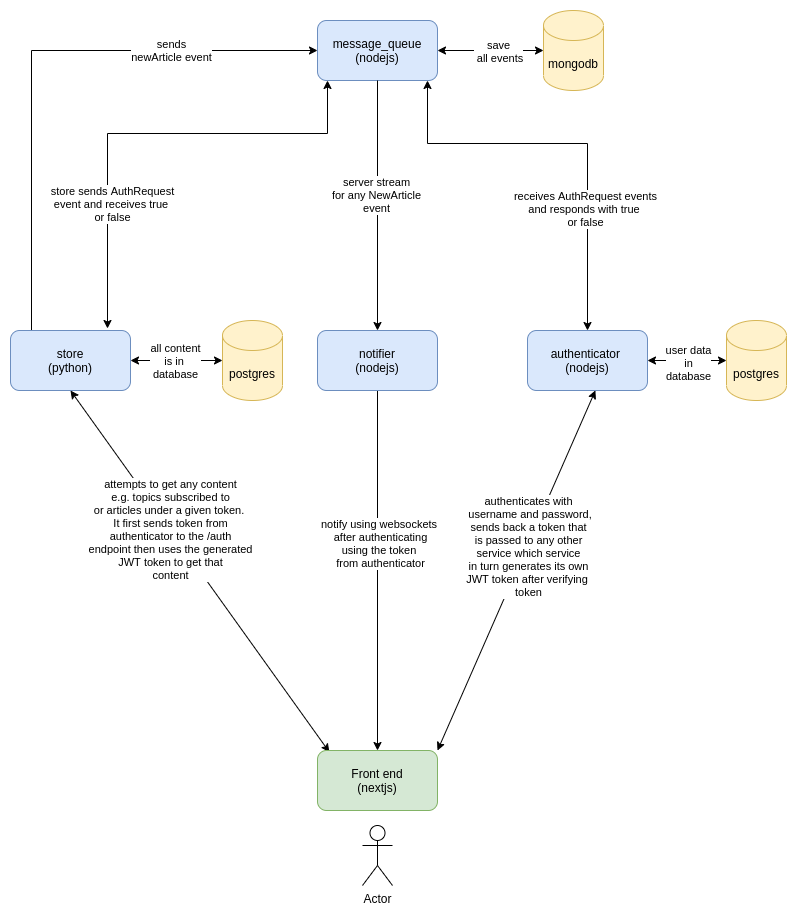
Above: .designs/article_curator.png in Tinitto/article_curator (draw.io), before the change. Source tidied: cells renumbered, new cells last; positions are measured from the earlier drawing's top-left corner, leaving out a move shared by most shapes.
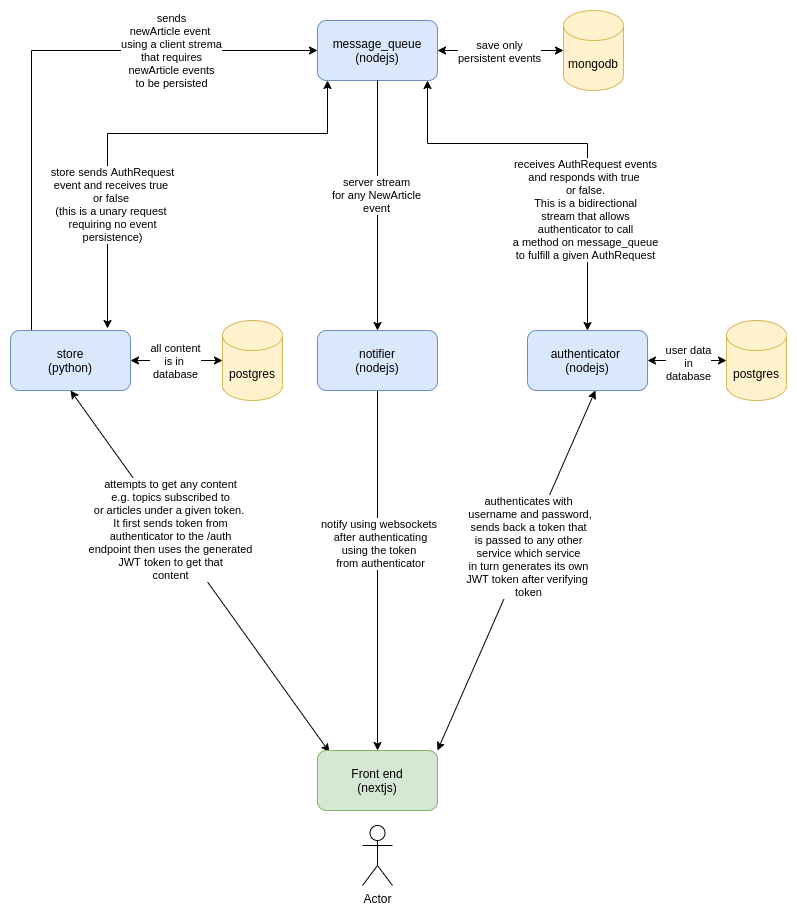
After the commit.

The edit, as a diff of the source:
```diff
@@ -2,7 +2,7 @@
   <root>
     <mxCell id="0" />
     <mxCell id="1" parent="0" />
-    <mxCell id="2" value="sends&lt;br&gt;newArticle event" style="edgeStyle=orthogonalEdgeStyle;rounded=0;jettySize=auto;html=1;entryX=0;entryY=0.5;entryDx=0;entryDy=0;startArrow=none;startFill=0;" parent="1" edge="1" source="17" target="11">
+    <mxCell id="2" value="sends&lt;br&gt;newArticle event&amp;nbsp;&lt;br&gt;using a client strema&lt;br&gt;that requires&lt;br&gt;newArticle events&lt;br&gt;to be persisted" style="edgeStyle=orthogonalEdgeStyle;rounded=0;jettySize=auto;html=1;entryX=0;entryY=0.5;entryDx=0;entryDy=0;startArrow=none;startFill=0;" parent="1" edge="1" source="17" target="11">
       <mxGeometry x="0.48" relative="1" as="geometry">
         <Array as="points">
           <mxPoint x="21" y="40" />
@@ -31,20 +31,19 @@
       <mxGeometry x="307" width="250" height="80" as="geometry" />
     </mxCell>
     <mxCell id="10" value="mongodb" style="shape=cylinder3;whiteSpace=wrap;html=1;boundedLbl=1;backgroundOutline=1;size=15;fillColor=#fff2cc;strokeColor=#d6b656;" parent="9" vertex="1">
-      <mxGeometry x="226" width="60" height="80" as="geometry" />
+      <mxGeometry x="246" width="60" height="80" as="geometry" />
     </mxCell>
     <mxCell id="11" value="message_queue&lt;br&gt;(nodejs)" style="rounded=1;whiteSpace=wrap;html=1;fillColor=#dae8fc;strokeColor=#6c8ebf;" parent="9" vertex="1">
       <mxGeometry y="10" width="120" height="60" as="geometry" />
     </mxCell>
-    <mxCell id="12" style="endArrow=classic;startArrow=classic;html=1;entryX=0;entryY=0.5;entryDx=0;entryDy=0;entryPerimeter=0;" parent="9" edge="1">
+    <mxCell id="12" style="endArrow=classic;startArrow=classic;html=1;" parent="9" edge="1" target="10">
       <mxGeometry relative="1" as="geometry">
         <mxPoint x="120" y="40" as="sourcePoint" />
-        <mxPoint x="226" y="40" as="targetPoint" />
       </mxGeometry>
     </mxCell>
-    <mxCell id="13" value="save&lt;br&gt;&amp;nbsp;all events" style="edgeLabel;html=1;align=center;verticalAlign=middle;" parent="12" vertex="1">
+    <mxCell id="13" value="save only&lt;br&gt;persistent events" style="edgeLabel;html=1;align=center;verticalAlign=middle;" parent="12" vertex="1">
       <mxGeometry x="-0.09" relative="1" as="geometry">
-        <mxPoint x="12" as="offset" />
+        <mxPoint x="4" as="offset" />
       </mxGeometry>
     </mxCell>
     <mxCell id="14" style="edgeStyle=orthogonalEdgeStyle;rounded=0;orthogonalLoop=1;jettySize=auto;html=1;startArrow=classic;startFill=1;" parent="9" edge="1">
@@ -57,7 +56,7 @@
         </Array>
       </mxGeometry>
     </mxCell>
-    <mxCell id="15" value="store sends AuthRequest&lt;br&gt;event and receives true&amp;nbsp;&lt;br&gt;or false" style="edgeLabel;html=1;align=center;verticalAlign=middle;" parent="14" vertex="1">
+    <mxCell id="15" value="store sends AuthRequest&lt;br&gt;event and receives true&amp;nbsp;&lt;br&gt;or false &lt;br&gt;(this is a unary request &lt;br&gt;requiring no event&lt;br&gt;persistence)" style="edgeLabel;html=1;align=center;verticalAlign=middle;" parent="14" vertex="1">
       <mxGeometry x="-0.12" y="3" relative="1" as="geometry">
         <mxPoint x="-62" y="67" as="offset" />
       </mxGeometry>
@@ -118,7 +117,7 @@
         </Array>
       </mxGeometry>
     </mxCell>
-    <mxCell id="32" value="receives AuthRequest events&lt;br&gt;and responds with true&amp;nbsp;&lt;br&gt;or false" style="edgeLabel;html=1;align=center;verticalAlign=middle;" parent="31" vertex="1">
+    <mxCell id="32" value="receives AuthRequest events&lt;br&gt;and responds with true&amp;nbsp;&lt;br&gt;or false.&lt;br&gt;This is a bidirectional&lt;br&gt;stream that allows&lt;br&gt;authenticator to call&lt;br&gt;a method on message_queue&lt;br&gt;to fulfill a given AuthRequest" style="edgeLabel;html=1;align=center;verticalAlign=middle;" parent="31" vertex="1">
       <mxGeometry x="-0.41" y="3" relative="1" as="geometry" />
     </mxCell>
     <mxCell id="33" value="notifier&lt;br&gt;(nodejs)" style="rounded=1;whiteSpace=wrap;html=1;fillColor=#dae8fc;strokeColor=#6c8ebf;" parent="1" vertex="1">
```
